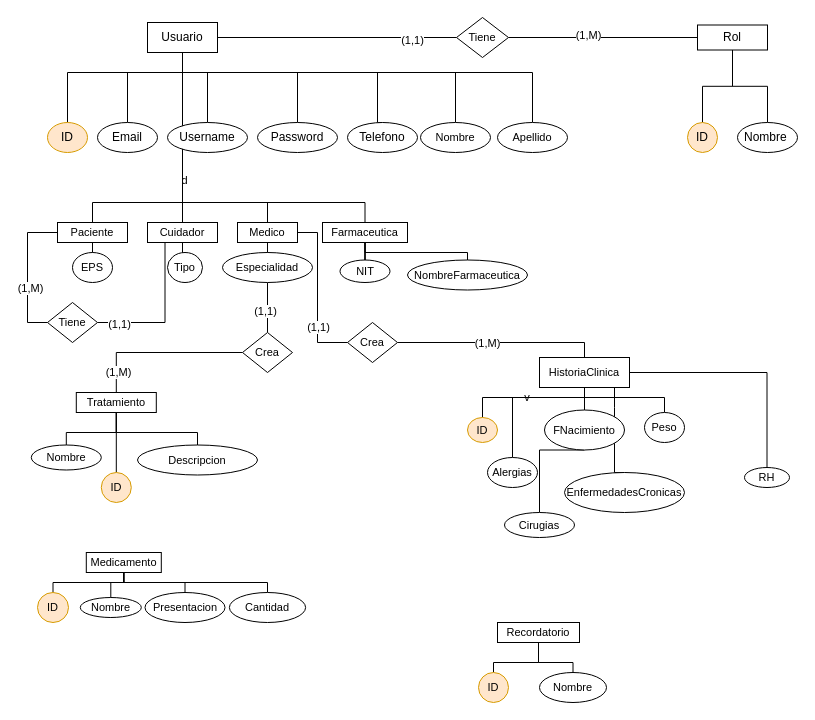
Above: MER MedTrack.drawio in jhosebro/Bases-de-datos (draw.io), before the change. Source tidied: cells renumbered, new cells numbered last; positions are measured from the earlier drawing's top-left corner, leaving out a move shared by most shapes. Both pictures are drawn from the tidied source at 100%, with x=0, y=0 at pixel (27, 17).
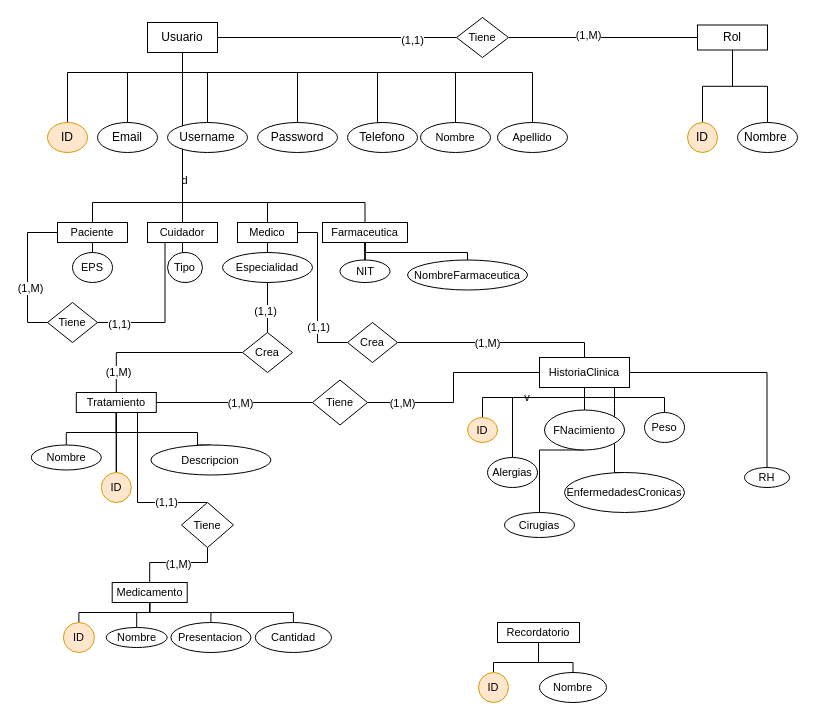
Above is the later version.

The change refers to these unchanged cells:
```xml
<mxCell id="44" value="HistoriaClinica" style="rounded=0;whiteSpace=wrap;html=1;fontFamily=Helvetica;fontSize=11;fontColor=default;" parent="1" vertex="1">
  <mxGeometry x="512" y="340" width="90" height="30" as="geometry" />
</mxCell>
<mxCell id="68" value="Tratamiento" style="rounded=0;whiteSpace=wrap;html=1;fontFamily=Helvetica;fontSize=11;fontColor=default;" parent="1" vertex="1">
  <mxGeometry x="48.8" y="375" width="80" height="20" as="geometry" />
</mxCell>
<mxCell id="76" value="ID" style="ellipse;whiteSpace=wrap;html=1;fontFamily=Helvetica;fontSize=11;fillColor=#ffe6cc;strokeColor=#d79b00;" parent="1" vertex="1">
  <mxGeometry x="73.8" y="455" width="30" height="30" as="geometry" />
</mxCell>
```

The edit, as a diff of the source:
```diff
@@
+    <mxCell id="98" style="edgeStyle=orthogonalEdgeStyle;shape=connector;rounded=0;jettySize=auto;html=1;entryX=1;entryY=0.5;entryDx=0;entryDy=0;labelBackgroundColor=default;strokeColor=default;align=center;verticalAlign=middle;fontFamily=Helvetica;fontSize=11;fontColor=default;endArrow=none;endFill=0;" parent="1" edge="1" source="44" target="108">
+      <mxGeometry relative="1" as="geometry" />
+    </mxCell>
+    <mxCell id="99" value="(1,M)" style="edgeLabel;html=1;align=center;verticalAlign=middle;fontSize=11;fontFamily=Helvetica;fontColor=default;" parent="98" vertex="1">
+      <mxGeometry x="0.66" relative="1" as="geometry" />
+    </mxCell>
@@
+    <mxCell id="100" style="edgeStyle=orthogonalEdgeStyle;shape=connector;rounded=0;jettySize=auto;html=1;entryX=0.5;entryY=0;entryDx=0;entryDy=0;labelBackgroundColor=default;strokeColor=default;align=center;verticalAlign=middle;fontFamily=Helvetica;fontSize=11;fontColor=default;endArrow=none;endFill=0;" parent="1" edge="1" source="68" target="107">
+      <mxGeometry relative="1" as="geometry">
+        <Array as="points">
+          <mxPoint x="110" y="485" />
+        </Array>
+      </mxGeometry>
+    </mxCell>
+    <mxCell id="101" value="(1,1)" style="edgeLabel;html=1;align=center;verticalAlign=middle;fontSize=11;fontFamily=Helvetica;fontColor=default;" parent="100" vertex="1">
+      <mxGeometry x="0.47" y="1" relative="1" as="geometry" />
+    </mxCell>
+    <mxCell id="102" style="edgeStyle=orthogonalEdgeStyle;shape=connector;rounded=0;jettySize=auto;html=1;entryX=0;entryY=0.5;entryDx=0;entryDy=0;labelBackgroundColor=default;strokeColor=default;align=center;verticalAlign=middle;fontFamily=Helvetica;fontSize=11;fontColor=default;endArrow=none;endFill=0;" parent="1" edge="1" source="68" target="108">
+      <mxGeometry relative="1" as="geometry" />
+    </mxCell>
+    <mxCell id="103" value="(1,M)" style="edgeLabel;html=1;align=center;verticalAlign=middle;fontSize=11;fontFamily=Helvetica;fontColor=default;" parent="102" vertex="1">
+      <mxGeometry x="0.08" relative="1" as="geometry" />
+    </mxCell>
@@
     <mxCell id="70" value="Descripcion" style="ellipse;whiteSpace=wrap;html=1;fontFamily=Helvetica;fontSize=11;fontColor=default;" parent="1" vertex="1">
-      <mxGeometry x="110" y="427.5" width="120" height="30" as="geometry" />
+      <mxGeometry x="123.4" y="427.5" width="120" height="30" as="geometry" />
     </mxCell>
     <mxCell id="71" style="edgeStyle=orthogonalEdgeStyle;shape=connector;rounded=0;jettySize=auto;html=1;entryX=0.5;entryY=0;entryDx=0;entryDy=0;labelBackgroundColor=default;strokeColor=default;align=center;verticalAlign=middle;fontFamily=Helvetica;fontSize=11;fontColor=default;endArrow=none;endFill=0;" parent="1" edge="1" source="75" target="77">
       <mxGeometry relative="1" as="geometry">
         <Array as="points">
-          <mxPoint x="96" y="565" />
-          <mxPoint x="26" y="565" />
+          <mxPoint x="121.9" y="595" />
+          <mxPoint x="51.9" y="595" />
         </Array>
       </mxGeometry>
     </mxCell>
     <mxCell id="72" style="edgeStyle=orthogonalEdgeStyle;shape=connector;rounded=0;jettySize=auto;html=1;entryX=0.5;entryY=0;entryDx=0;entryDy=0;labelBackgroundColor=default;strokeColor=default;align=center;verticalAlign=middle;fontFamily=Helvetica;fontSize=11;fontColor=default;endArrow=none;endFill=0;" parent="1" edge="1" source="75" target="78">
       <mxGeometry relative="1" as="geometry">
         <Array as="points">
-          <mxPoint x="96" y="565" />
-          <mxPoint x="83" y="565" />
+          <mxPoint x="121.9" y="595" />
+          <mxPoint x="108.9" y="595" />
         </Array>
       </mxGeometry>
     </mxCell>
     <mxCell id="73" style="edgeStyle=orthogonalEdgeStyle;shape=connector;rounded=0;jettySize=auto;html=1;entryX=0.5;entryY=0;entryDx=0;entryDy=0;labelBackgroundColor=default;strokeColor=default;align=center;verticalAlign=middle;fontFamily=Helvetica;fontSize=11;fontColor=default;endArrow=none;endFill=0;" parent="1" edge="1" source="75" target="79">
       <mxGeometry relative="1" as="geometry">
         <Array as="points">
-          <mxPoint x="96" y="565" />
-          <mxPoint x="158" y="565" />
+          <mxPoint x="121.9" y="595" />
+          <mxPoint x="183.9" y="595" />
         </Array>
       </mxGeometry>
     </mxCell>
     <mxCell id="74" style="edgeStyle=orthogonalEdgeStyle;shape=connector;rounded=0;jettySize=auto;html=1;entryX=0.5;entryY=0;entryDx=0;entryDy=0;labelBackgroundColor=default;strokeColor=default;align=center;verticalAlign=middle;fontFamily=Helvetica;fontSize=11;fontColor=default;endArrow=none;endFill=0;" parent="1" edge="1" source="75" target="80">
       <mxGeometry relative="1" as="geometry">
         <Array as="points">
-          <mxPoint x="96" y="565" />
-          <mxPoint x="240" y="565" />
+          <mxPoint x="121.9" y="595" />
+          <mxPoint x="265.9" y="595" />
         </Array>
       </mxGeometry>
     </mxCell>
     <mxCell id="75" value="Medicamento" style="rounded=0;whiteSpace=wrap;html=1;fontFamily=Helvetica;fontSize=11;fontColor=default;" parent="1" vertex="1">
-      <mxGeometry x="58.8" y="535" width="75" height="20" as="geometry" />
+      <mxGeometry x="84.7" y="565" width="75" height="20" as="geometry" />
     </mxCell>
+    <mxCell id="104" style="edgeStyle=orthogonalEdgeStyle;shape=connector;rounded=0;jettySize=auto;html=1;labelBackgroundColor=default;strokeColor=default;align=center;verticalAlign=middle;fontFamily=Helvetica;fontSize=11;fontColor=default;endArrow=none;endFill=0;" parent="1" edge="1" source="76" target="68">
+      <mxGeometry relative="1" as="geometry" />
+    </mxCell>
@@
     <mxCell id="77" value="ID" style="ellipse;whiteSpace=wrap;html=1;fontFamily=Helvetica;fontSize=11;fillColor=#ffe6cc;strokeColor=#d79b00;" parent="1" vertex="1">
-      <mxGeometry x="10" y="575" width="31" height="30" as="geometry" />
+      <mxGeometry x="35.9" y="605" width="31" height="30" as="geometry" />
     </mxCell>
     <mxCell id="78" value="Nombre" style="ellipse;whiteSpace=wrap;html=1;fontFamily=Helvetica;fontSize=11;fontColor=default;" parent="1" vertex="1">
-      <mxGeometry x="52.8" y="580" width="61" height="20" as="geometry" />
+      <mxGeometry x="78.7" y="610" width="61" height="20" as="geometry" />
     </mxCell>
     <mxCell id="79" value="Presentacion" style="ellipse;whiteSpace=wrap;html=1;fontFamily=Helvetica;fontSize=11;fontColor=default;" parent="1" vertex="1">
-      <mxGeometry x="117.5" y="575" width="80" height="30" as="geometry" />
+      <mxGeometry x="143.4" y="605" width="80" height="30" as="geometry" />
     </mxCell>
     <mxCell id="80" value="Cantidad" style="ellipse;whiteSpace=wrap;html=1;fontFamily=Helvetica;fontSize=11;fontColor=default;" parent="1" vertex="1">
-      <mxGeometry x="201.9" y="575" width="76.2" height="30" as="geometry" />
+      <mxGeometry x="227.8" y="605" width="76.2" height="30" as="geometry" />
     </mxCell>
@@
+    <mxCell id="105" style="edgeStyle=orthogonalEdgeStyle;shape=connector;rounded=0;jettySize=auto;html=1;entryX=0.5;entryY=0;entryDx=0;entryDy=0;labelBackgroundColor=default;strokeColor=default;align=center;verticalAlign=middle;fontFamily=Helvetica;fontSize=11;fontColor=default;endArrow=none;endFill=0;" parent="1" edge="1" source="107" target="75">
+      <mxGeometry relative="1" as="geometry">
+        <Array as="points">
+          <mxPoint x="180" y="545" />
+          <mxPoint x="122" y="545" />
+        </Array>
+      </mxGeometry>
+    </mxCell>
+    <mxCell id="106" value="(1,M)" style="edgeLabel;html=1;align=center;verticalAlign=middle;fontSize=11;fontFamily=Helvetica;fontColor=default;" parent="105" vertex="1">
+      <mxGeometry x="-0.02" y="1" relative="1" as="geometry" />
+    </mxCell>
+    <mxCell id="107" value="Tiene" style="rhombus;whiteSpace=wrap;html=1;fontFamily=Helvetica;fontSize=11;fontColor=default;" parent="1" vertex="1">
+      <mxGeometry x="154" y="485" width="52" height="45" as="geometry" />
+    </mxCell>
+    <mxCell id="108" value="Tiene" style="rhombus;whiteSpace=wrap;html=1;fontFamily=Helvetica;fontSize=11;fontColor=default;" parent="1" vertex="1">
+      <mxGeometry x="285" y="362.5" width="55" height="45" as="geometry" />
+    </mxCell>
```
